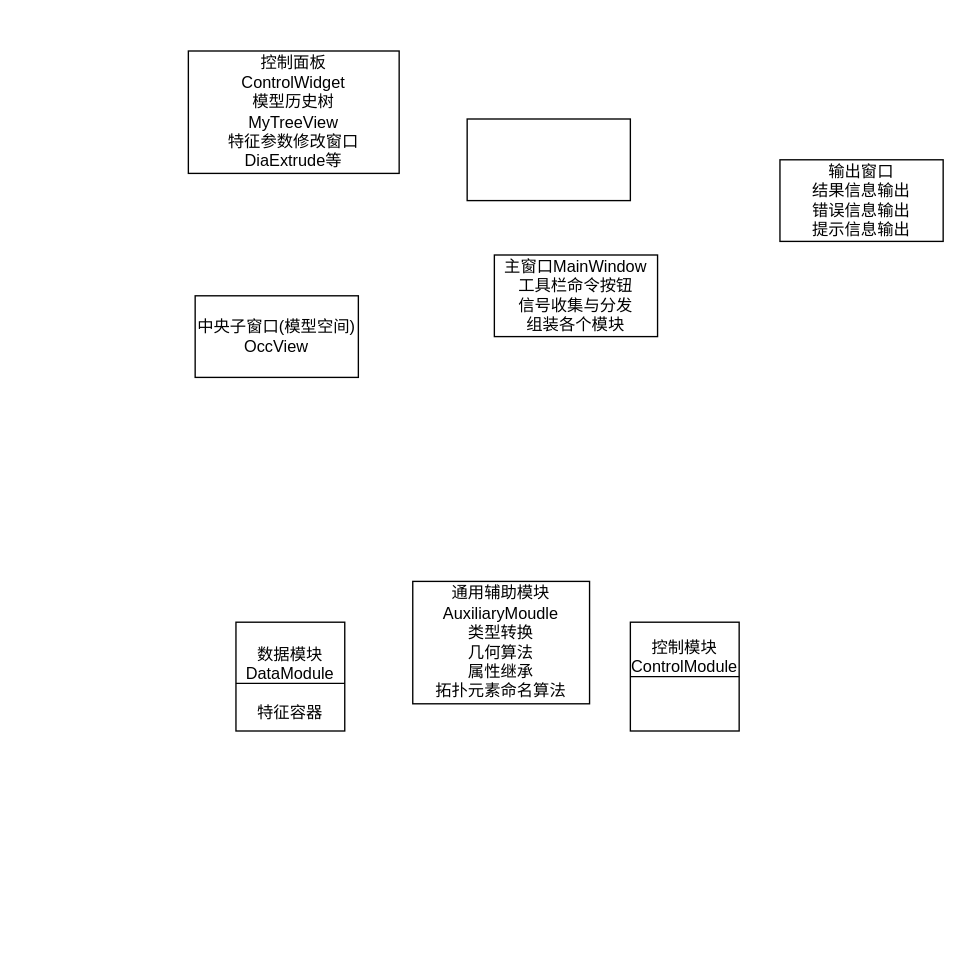
This is mvc详解架构.drawio from liuhuliuhu123/First-test, a draw.io file, before an edit. Source tidied: cells renumbered, new cells numbered last; positions are measured from the earlier drawing's top-left corner, leaving out a move shared by most shapes. Both pictures are drawn from the tidied source at 136%, with x=0, y=0 at pixel (188, 50).
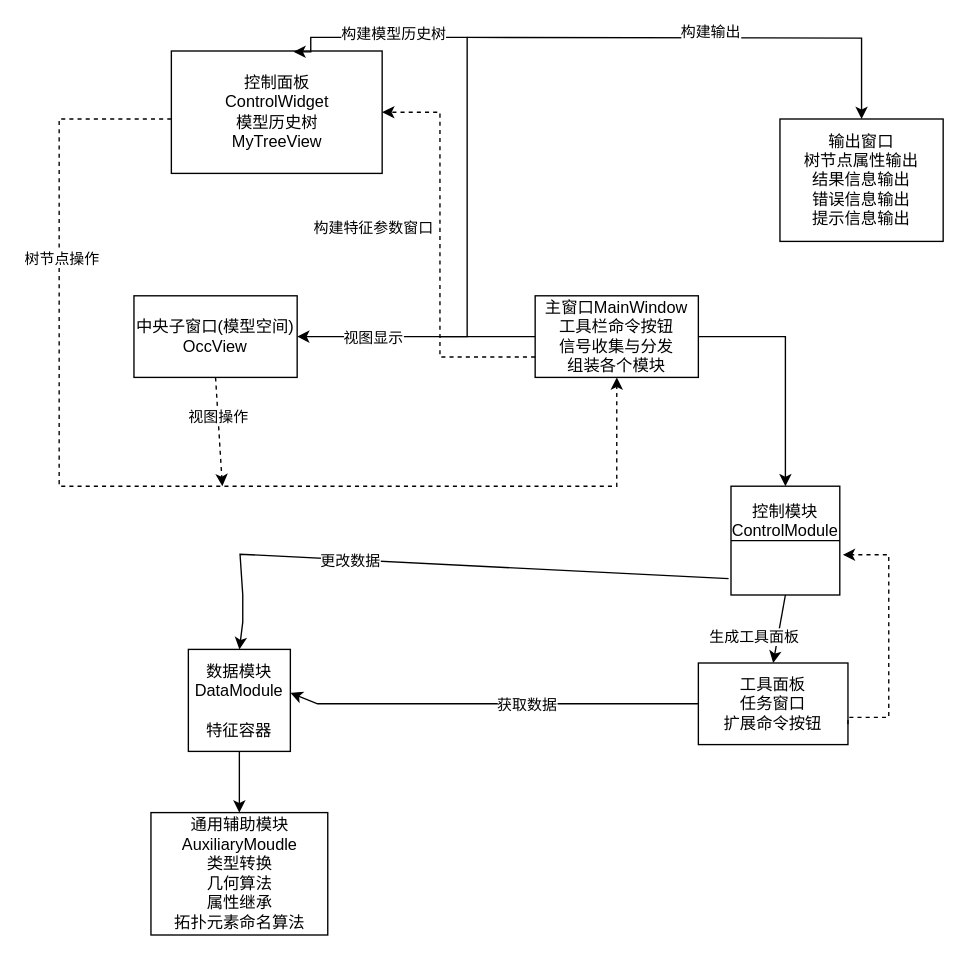
After the change.

Commit message (it also covers changes not shown here):
更新mvc详解架构.drawio

Diff of the diagram source:
```diff
@@
     <mxCell id="2" value="控制模块&lt;br&gt;ControlModule&lt;br&gt;&lt;br&gt;&lt;br&gt;" style="whiteSpace=wrap;html=1;" parent="1" vertex="1">
-      <mxGeometry x="325" y="420" width="80" height="80" as="geometry" />
+      <mxGeometry x="399" y="320" width="80" height="80" as="geometry" />
     </mxCell>
-    <mxCell id="3" style="whiteSpace=wrap;html=1;" parent="1" vertex="1">
-      <mxGeometry x="35" y="420" width="80" height="80" as="geometry" />
+    <mxCell id="3" value="数据模块&lt;br style=&quot;border-color: var(--border-color);&quot;&gt;DataModule&lt;br style=&quot;border-color: var(--border-color);&quot;&gt;&lt;br style=&quot;border-color: var(--border-color);&quot;&gt;特征容器" style="whiteSpace=wrap;html=1;" parent="1" vertex="1">
+      <mxGeometry y="440" width="75" height="75" as="geometry" />
     </mxCell>
-    <mxCell id="4" value="数据模块&lt;br&gt;DataModule&lt;br&gt;&lt;br&gt;特征容器" style="text;html=1;strokeColor=none;fillColor=none;align=center;verticalAlign=middle;whiteSpace=wrap;rounded=0;" parent="1" vertex="1">
-      <mxGeometry x="35" y="440" width="80" height="50" as="geometry" />
-    </mxCell>
-    <mxCell id="5" style="endArrow=none;html=1;rounded=0;exitX=0;exitY=0.5;exitDx=0;exitDy=0;entryX=1;entryY=0.5;entryDx=0;entryDy=0;" parent="1" edge="1" source="4" target="4">
-      <mxGeometry relative="1" as="geometry" />
-    </mxCell>
@@
     <mxCell id="7" value="主窗口MainWindow&lt;br&gt;工具栏命令按钮&lt;br&gt;信号收集与分发&lt;br&gt;组装各个模块" style="rounded=0;whiteSpace=wrap;html=1;" parent="1" vertex="1">
-      <mxGeometry x="225" y="150" width="120" height="60" as="geometry" />
+      <mxGeometry x="255" y="180" width="120" height="60" as="geometry" />
     </mxCell>
     <mxCell id="8" value="中央子窗口(模型空间)&lt;br&gt;OccView" style="rounded=0;whiteSpace=wrap;html=1;" parent="1" vertex="1">
-      <mxGeometry x="5" y="180" width="120" height="60" as="geometry" />
+      <mxGeometry x="-40" y="180" width="120" height="60" as="geometry" />
     </mxCell>
-    <mxCell id="9" style="rounded=0;whiteSpace=wrap;html=1;" parent="1" vertex="1">
-      <mxGeometry x="205" y="50" width="120" height="60" as="geometry" />
+    <mxCell id="9" value="工具面板&lt;br&gt;任务窗口&lt;br&gt;扩展命令按钮" style="rounded=0;whiteSpace=wrap;html=1;" parent="1" vertex="1">
+      <mxGeometry x="375" y="450" width="110" height="60" as="geometry" />
     </mxCell>
-    <mxCell id="10" value="输出窗口&lt;br&gt;结果信息输出&lt;br&gt;错误信息输出&lt;br&gt;提示信息输出" style="rounded=0;whiteSpace=wrap;html=1;" parent="1" vertex="1">
-      <mxGeometry x="435" y="80" width="120" height="60" as="geometry" />
+    <mxCell id="10" value="输出窗口&lt;br&gt;树节点属性输出&lt;br&gt;结果信息输出&lt;br&gt;错误信息输出&lt;br&gt;提示信息输出" style="rounded=0;whiteSpace=wrap;html=1;" parent="1" vertex="1">
+      <mxGeometry x="435" y="50" width="120" height="90" as="geometry" />
     </mxCell>
-    <mxCell id="11" value="控制面板&lt;br&gt;ControlWidget&lt;br&gt;模型历史树&lt;br&gt;MyTreeView&lt;br&gt;特征参数修改窗口&lt;br&gt;DiaExtrude等" style="rounded=0;whiteSpace=wrap;html=1;" parent="1" vertex="1">
-      <mxGeometry width="155" height="90" as="geometry" />
+    <mxCell id="11" value="控制面板&lt;br&gt;ControlWidget&lt;br&gt;模型历史树&lt;br&gt;MyTreeView" style="rounded=0;whiteSpace=wrap;html=1;" parent="1" vertex="1">
+      <mxGeometry x="-12.5" width="155" height="90" as="geometry" />
     </mxCell>
     <mxCell id="12" value="通用辅助模块&lt;br&gt;AuxiliaryMoudle&lt;br&gt;类型转换&lt;br&gt;几何算法&lt;br&gt;属性继承&lt;br&gt;拓扑元素命名算法" style="rounded=0;whiteSpace=wrap;html=1;" parent="1" vertex="1">
-      <mxGeometry x="165" y="390" width="130" height="90" as="geometry" />
+      <mxGeometry x="-27.5" y="560" width="130" height="90" as="geometry" />
     </mxCell>
+    <mxCell id="13" style="endArrow=classic;html=1;rounded=0;exitX=0.5;exitY=1;exitDx=0;exitDy=0;entryX=0.5;entryY=0;entryDx=0;entryDy=0;" parent="1" edge="1" source="3" target="12">
+      <mxGeometry relative="1" as="geometry" />
+    </mxCell>
+    <mxCell id="14" style="endArrow=classic;html=1;rounded=0;exitX=0;exitY=0.5;exitDx=0;exitDy=0;entryX=1;entryY=0.5;entryDx=0;entryDy=0;" parent="1" edge="1" source="7" target="8">
+      <mxGeometry relative="1" as="geometry" />
+    </mxCell>
+    <mxCell id="15" value="视图显示" style="edgeLabel;html=1;align=center;verticalAlign=middle;" parent="14" vertex="1">
+      <mxGeometry x="0.44" y="-3" relative="1" as="geometry">
+        <mxPoint x="6" y="3" as="offset" />
+      </mxGeometry>
+    </mxCell>
+    <mxCell id="16" style="endArrow=classic;html=1;rounded=0;entryX=0.579;entryY=0.007;entryDx=0;entryDy=0;entryPerimeter=0;edgeStyle=orthogonalEdgeStyle;" parent="1" edge="1" target="11">
+      <mxGeometry relative="1" as="geometry">
+        <mxPoint x="185" y="210" as="sourcePoint" />
+        <Array as="points">
+          <mxPoint x="205" y="210" />
+          <mxPoint x="205" y="-10" />
+          <mxPoint x="90" y="-10" />
+          <mxPoint x="90" y="1" />
+        </Array>
+      </mxGeometry>
+    </mxCell>
+    <mxCell id="17" value="构建模型历史树" style="edgeLabel;html=1;align=center;verticalAlign=middle;" parent="16" vertex="1">
+      <mxGeometry x="0.56" y="-3" relative="1" as="geometry" />
+    </mxCell>
+    <mxCell id="18" style="endArrow=classic;html=1;rounded=0;entryX=0.5;entryY=0;entryDx=0;entryDy=0;edgeStyle=orthogonalEdgeStyle;" parent="1" edge="1" target="10">
+      <mxGeometry relative="1" as="geometry">
+        <mxPoint x="205" y="-10" as="sourcePoint" />
+      </mxGeometry>
+    </mxCell>
+    <mxCell id="19" value="构建输出" style="edgeLabel;html=1;align=center;verticalAlign=middle;" parent="18" vertex="1">
+      <mxGeometry x="0.02" y="5" relative="1" as="geometry" />
+    </mxCell>
+    <mxCell id="20" style="endArrow=classic;html=1;rounded=0;edgeStyle=orthogonalEdgeStyle;dashed=1;" parent="1" edge="1" source="11" target="7">
+      <mxGeometry relative="1" as="geometry">
+        <Array as="points">
+          <mxPoint x="-95" y="50" />
+          <mxPoint x="-95" y="320" />
+          <mxPoint x="315" y="320" />
+        </Array>
+      </mxGeometry>
+    </mxCell>
+    <mxCell id="21" value="树节点操作" style="edgeLabel;html=1;align=center;verticalAlign=middle;" parent="20" vertex="1">
+      <mxGeometry x="-0.56" y="1" relative="1" as="geometry" />
+    </mxCell>
+    <mxCell id="22" style="endArrow=classic;html=1;rounded=0;exitX=0.5;exitY=1;exitDx=0;exitDy=0;dashed=1;" parent="1" edge="1" source="8">
+      <mxGeometry relative="1" as="geometry">
+        <mxPoint x="25" y="320" as="targetPoint" />
+      </mxGeometry>
+    </mxCell>
+    <mxCell id="23" value="视图操作" style="edgeLabel;html=1;align=center;verticalAlign=middle;" parent="22" vertex="1">
+      <mxGeometry x="-0.28" relative="1" as="geometry" />
+    </mxCell>
+    <mxCell id="24" style="endArrow=classic;html=1;rounded=0;exitX=1;exitY=0.5;exitDx=0;exitDy=0;entryX=0.5;entryY=0;entryDx=0;entryDy=0;edgeStyle=orthogonalEdgeStyle;" parent="1" edge="1" source="7" target="2">
+      <mxGeometry relative="1" as="geometry" />
+    </mxCell>
+    <mxCell id="25" style="endArrow=classic;html=1;rounded=0;exitX=0;exitY=0.75;exitDx=0;exitDy=0;entryX=1;entryY=0.5;entryDx=0;entryDy=0;edgeStyle=orthogonalEdgeStyle;dashed=1;" parent="1" edge="1" source="7" target="11">
+      <mxGeometry relative="1" as="geometry">
+        <Array as="points">
+          <mxPoint x="185" y="225" />
+          <mxPoint x="185" y="45" />
+        </Array>
+      </mxGeometry>
+    </mxCell>
+    <mxCell id="26" value="构建特征参数窗口" style="edgeLabel;html=1;align=center;verticalAlign=middle;" parent="25" vertex="1">
+      <mxGeometry x="-0.16" y="4" relative="1" as="geometry">
+        <mxPoint x="-46" y="-43" as="offset" />
+      </mxGeometry>
+    </mxCell>
+    <mxCell id="27" style="endArrow=classic;html=1;rounded=0;entryX=0.5;entryY=0;entryDx=0;entryDy=0;exitX=-0.022;exitY=0.85;exitDx=0;exitDy=0;exitPerimeter=0;" parent="1" edge="1" source="2" target="3">
+      <mxGeometry relative="1" as="geometry">
+        <Array as="points">
+          <mxPoint x="38" y="370" />
+          <mxPoint x="40" y="400" />
+          <mxPoint x="40" y="420" />
+        </Array>
+      </mxGeometry>
+    </mxCell>
+    <mxCell id="28" value="更改数据" style="edgeLabel;html=1;align=center;verticalAlign=middle;" parent="27" vertex="1">
+      <mxGeometry x="0.3" relative="1" as="geometry" />
+    </mxCell>
+    <mxCell id="29" style="endArrow=classic;html=1;rounded=0;exitX=0.5;exitY=1;exitDx=0;exitDy=0;entryX=0.5;entryY=0;entryDx=0;entryDy=0;" parent="1" edge="1" source="2" target="9">
+      <mxGeometry relative="1" as="geometry" />
+    </mxCell>
+    <mxCell id="30" value="生成工具面板" style="edgeLabel;html=1;align=center;verticalAlign=middle;" parent="29" vertex="1">
+      <mxGeometry x="0.12" y="-1" relative="1" as="geometry">
+        <mxPoint x="-18" y="3" as="offset" />
+      </mxGeometry>
+    </mxCell>
+    <mxCell id="31" style="endArrow=classic;html=1;rounded=0;exitX=1;exitY=0.75;exitDx=0;exitDy=0;entryX=1.028;entryY=0.63;entryDx=0;entryDy=0;entryPerimeter=0;dashed=1;edgeStyle=orthogonalEdgeStyle;" parent="1" edge="1" source="9" target="2">
+      <mxGeometry relative="1" as="geometry">
+        <Array as="points">
+          <mxPoint x="485" y="490" />
+          <mxPoint x="515" y="490" />
+          <mxPoint x="515" y="370" />
+        </Array>
+      </mxGeometry>
+    </mxCell>
+    <mxCell id="32" style="endArrow=classic;html=1;rounded=0;entryX=1;entryY=0.425;entryDx=0;entryDy=0;entryPerimeter=0;exitX=0;exitY=0.5;exitDx=0;exitDy=0;" parent="1" edge="1" source="9" target="3">
+      <mxGeometry relative="1" as="geometry">
+        <Array as="points">
+          <mxPoint x="185" y="480" />
+          <mxPoint x="95" y="480" />
+        </Array>
+      </mxGeometry>
+    </mxCell>
+    <mxCell id="33" value="获取数据" style="edgeLabel;html=1;align=center;verticalAlign=middle;" parent="32" vertex="1">
+      <mxGeometry x="-0.16" relative="1" as="geometry" />
+    </mxCell>
```
